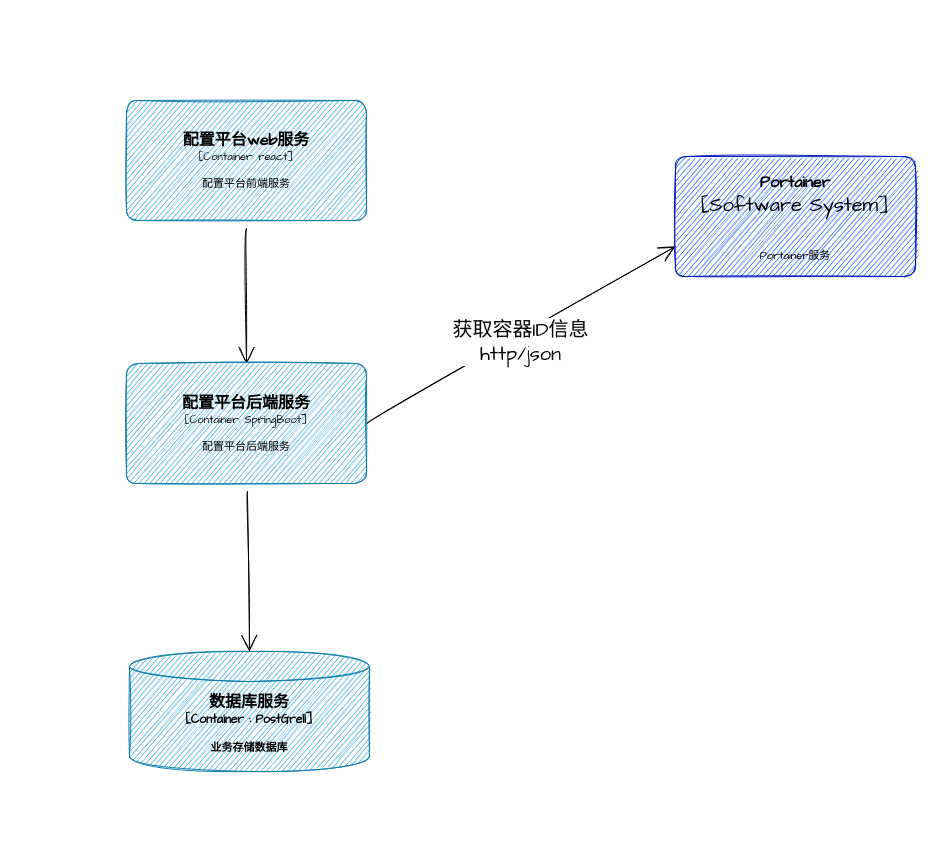
The draw.io diagram page "配置平台C4模型图" (3 of 4) of 配置平台-服务重启流程图.drawio in chensiyu123456/drawio-files, before the edit. Source tidied: cells renumbered, new cells numbered last; positions are measured from the earlier drawing's top-left corner, leaving out a move shared by most shapes. Both pictures are drawn from the tidied source at 100%, with x=0, y=0 at pixel (126, 100).
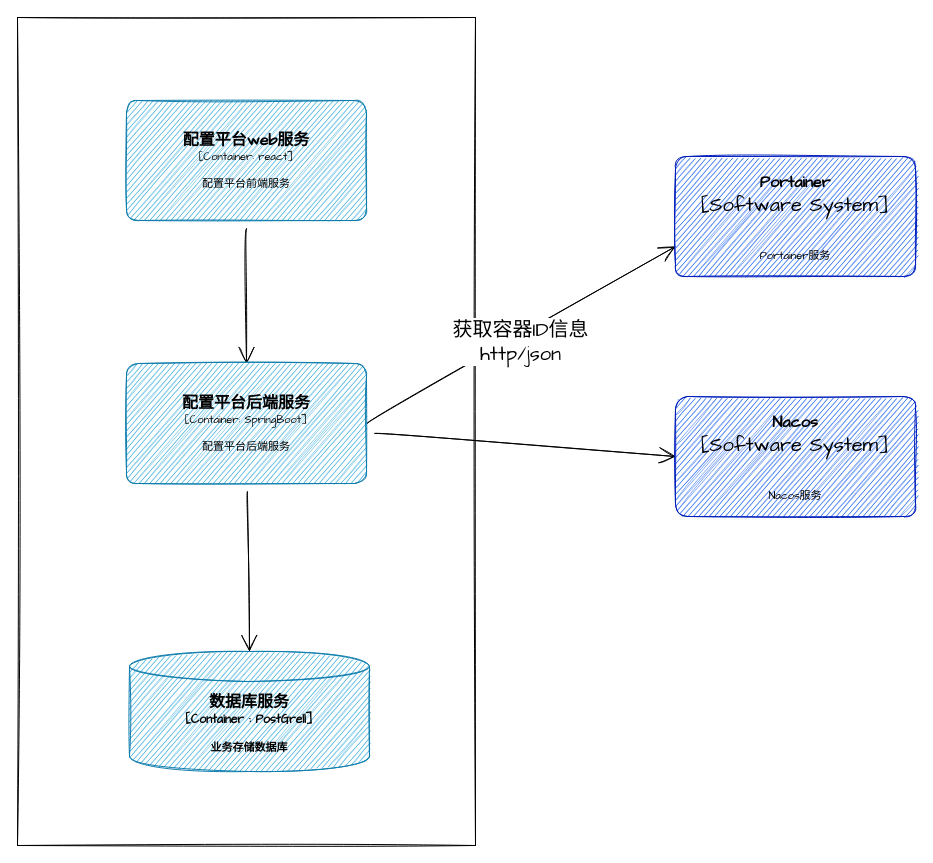
The same page after the edit.

Change to the diagram source:
```diff
@@
 <mxGraphModel>
   <root>
     <mxCell id="0" />
     <mxCell id="1" parent="0" />
+    <mxCell id="10" style="rounded=0;whiteSpace=wrap;html=1;sketch=1;hachureGap=4;fontFamily=Architects Daughter;fontSize=20;" parent="1" vertex="1">
+      <mxGeometry x="-109" y="-83" width="458" height="828" as="geometry" />
+    </mxCell>
     <mxCell id="2" style="edgeStyle=none;curved=1;rounded=1;sketch=1;hachureGap=4;jettySize=auto;html=1;entryX=0.5;entryY=0;entryDx=0;entryDy=0;entryPerimeter=0;fontFamily=Architects Daughter;fontSize=16;fontColor=#000000;endArrow=open;startSize=14;endSize=14;sourcePerimeterSpacing=8;targetPerimeterSpacing=8;" parent="1" edge="1" source="3" target="7">
       <mxGeometry relative="1" as="geometry" />
     </mxCell>
     <object id="3" label="&lt;font style=&quot;font-size: 16px&quot;&gt;&lt;b&gt;%c4Name%&lt;/b&gt;&lt;/font&gt;&lt;div&gt;[%c4Type%: %c4Technology%]&lt;/div&gt;&lt;br&gt;&lt;div&gt;&lt;font style=&quot;font-size: 11px&quot;&gt;&lt;font&gt;%c4Description%&lt;/font&gt;&lt;/font&gt;&lt;/div&gt;" c4Description="配置平台前端服务" c4Name="配置平台web服务" c4Technology="react" c4Type="Container" placeholders="1">
       <mxCell style="rounded=1;whiteSpace=wrap;html=1;fontSize=11;labelBackgroundColor=none;fillColor=#23A2D9;fontColor=#000000;align=center;arcSize=10;strokeColor=#0E7DAD;points=[[0.25,0,0],[0.5,0,0],[0.75,0,0],[1,0.25,0],[1,0.5,0],[1,0.75,0],[0.75,1,0],[0.5,1,0],[0.25,1,0],[0,0.75,0],[0,0.5,0],[0,0.25,0]];labelBorderColor=none;sketch=1;hachureGap=4;fontFamily=Architects Daughter;" parent="1" vertex="1">
         <mxGeometry width="240" height="120" as="geometry" />
       </mxCell>
     </object>
     <mxCell id="4" style="edgeStyle=none;curved=1;rounded=1;sketch=1;hachureGap=4;jettySize=auto;html=1;entryX=0.5;entryY=0;entryDx=0;entryDy=0;entryPerimeter=0;fontFamily=Architects Daughter;fontSize=16;fontColor=#000000;endArrow=open;startSize=14;endSize=14;sourcePerimeterSpacing=8;targetPerimeterSpacing=8;" parent="1" edge="1" source="7" target="8">
       <mxGeometry relative="1" as="geometry" />
     </mxCell>
     <mxCell id="5" style="edgeStyle=none;curved=1;rounded=1;sketch=1;hachureGap=4;jettySize=auto;html=1;entryX=0;entryY=0.75;entryDx=0;entryDy=0;entryPerimeter=0;fontFamily=Architects Daughter;fontSize=16;fontColor=#000000;endArrow=open;startSize=14;endSize=14;sourcePerimeterSpacing=8;targetPerimeterSpacing=8;exitX=1;exitY=0.5;exitDx=0;exitDy=0;exitPerimeter=0;" parent="1" edge="1" source="7" target="9">
       <mxGeometry relative="1" as="geometry" />
     </mxCell>
     <mxCell id="6" value="获取容器ID信息&lt;br&gt;http/json" style="edgeLabel;html=1;align=center;verticalAlign=middle;fontSize=20;fontFamily=Architects Daughter;fontColor=#000000;" parent="5" vertex="1">
       <mxGeometry x="-0.02" y="-6" relative="1" as="geometry">
         <mxPoint y="-1" as="offset" />
       </mxGeometry>
     </mxCell>
+    <mxCell id="11" style="edgeStyle=none;curved=1;rounded=0;sketch=1;hachureGap=4;jettySize=auto;html=1;entryX=0;entryY=0.5;entryDx=0;entryDy=0;entryPerimeter=0;fontFamily=Architects Daughter;fontSize=16;endArrow=open;startSize=14;endSize=14;sourcePerimeterSpacing=8;targetPerimeterSpacing=8;shadow=0;" parent="1" edge="1" source="7" target="12">
+      <mxGeometry relative="1" as="geometry" />
+    </mxCell>
     <object id="7" label="&lt;font style=&quot;font-size: 16px&quot;&gt;&lt;b&gt;%c4Name%&lt;/b&gt;&lt;/font&gt;&lt;div&gt;[%c4Type%: %c4Technology%]&lt;/div&gt;&lt;br&gt;&lt;div&gt;&lt;font style=&quot;font-size: 11px&quot;&gt;&lt;font&gt;%c4Description%&lt;/font&gt;&lt;/font&gt;&lt;/div&gt;" c4Description="配置平台后端服务" c4Name="配置平台后端服务" c4Technology="SpringBoot" c4Type="Container" placeholders="1">
       <mxCell style="rounded=1;whiteSpace=wrap;html=1;fontSize=11;labelBackgroundColor=none;fillColor=#23A2D9;fontColor=#000000;align=center;arcSize=10;strokeColor=#0E7DAD;points=[[0.25,0,0],[0.5,0,0],[0.75,0,0],[1,0.25,0],[1,0.5,0],[1,0.75,0],[0.75,1,0],[0.5,1,0],[0.25,1,0],[0,0.75,0],[0,0.5,0],[0,0.25,0]];labelBorderColor=none;sketch=1;hachureGap=4;fontFamily=Architects Daughter;" parent="1" vertex="1">
         <mxGeometry y="263" width="240" height="120" as="geometry" />
       </mxCell>
     </object>
     <object id="8" label="&lt;font style=&quot;font-size: 16px&quot;&gt;&lt;b&gt;%c4Type%&lt;/b&gt;&lt;/font&gt;&lt;div&gt;&lt;b&gt;[%c4Container%:&amp;nbsp;%c4Technology%]&lt;/b&gt;&lt;/div&gt;&lt;b&gt;&lt;br&gt;&lt;div&gt;&lt;font style=&quot;font-size: 11px&quot;&gt;&lt;font&gt;%c4Description%&lt;/font&gt;&lt;/font&gt;&lt;/div&gt;&lt;/b&gt;" c4Container="Container " c4Description="业务存储数据库" c4Technology="PostGrell" c4Type="数据库服务" placeholders="1">
       <mxCell style="shape=cylinder3;size=15;whiteSpace=wrap;html=1;boundedLbl=1;rounded=0;labelBackgroundColor=none;fillColor=#23A2D9;fontSize=12;fontColor=#000000;align=center;strokeColor=#0E7DAD;points=[[0.5,0,0],[1,0.25,0],[1,0.5,0],[1,0.75,0],[0.5,1,0],[0,0.75,0],[0,0.5,0],[0,0.25,0]];labelBorderColor=none;sketch=1;hachureGap=4;fontFamily=Architects Daughter;" parent="1" vertex="1">
         <mxGeometry x="3" y="551" width="240" height="120" as="geometry" />
       </mxCell>
     </object>
     <object id="9" label="&lt;font style=&quot;font-size: 16px&quot;&gt;&lt;b&gt;%c4Name%&lt;/b&gt;&lt;/font&gt;&lt;div&gt;[%c4Type%]&lt;/div&gt;&lt;br&gt;&lt;div&gt;&lt;font style=&quot;font-size: 11px&quot;&gt;&lt;font&gt;%c4Description%&lt;/font&gt;&lt;/font&gt;&lt;/div&gt;" c4Description="Portainer服务" c4Name="Portainer" c4Type="Software System" placeholders="1">
       <mxCell style="rounded=1;whiteSpace=wrap;html=1;labelBackgroundColor=none;fillColor=#0050ef;align=center;arcSize=10;strokeColor=#001DBC;points=[[0.25,0,0],[0.5,0,0],[0.75,0,0],[1,0.25,0],[1,0.5,0],[1,0.75,0],[0.75,1,0],[0.5,1,0],[0.25,1,0],[0,0.75,0],[0,0.5,0],[0,0.25,0]];labelBorderColor=none;sketch=1;hachureGap=4;fontFamily=Architects Daughter;fontSize=20;fontColor=#000000;" parent="1" vertex="1">
         <mxGeometry x="549" y="56" width="240" height="120" as="geometry" />
       </mxCell>
     </object>
+    <object id="12" label="&lt;font style=&quot;font-size: 16px&quot;&gt;&lt;b&gt;%c4Name%&lt;/b&gt;&lt;/font&gt;&lt;div&gt;[%c4Type%]&lt;/div&gt;&lt;br&gt;&lt;div&gt;&lt;font style=&quot;font-size: 11px&quot;&gt;&lt;font&gt;%c4Description%&lt;/font&gt;&lt;/font&gt;&lt;/div&gt;" c4Description="Nacos服务" c4Name="Nacos" c4Type="Software System" placeholders="1">
+      <mxCell style="rounded=1;whiteSpace=wrap;html=1;labelBackgroundColor=none;fillColor=#0050ef;align=center;arcSize=10;strokeColor=#001DBC;points=[[0.25,0,0],[0.5,0,0],[0.75,0,0],[1,0.25,0],[1,0.5,0],[1,0.75,0],[0.75,1,0],[0.5,1,0],[0.25,1,0],[0,0.75,0],[0,0.5,0],[0,0.25,0]];labelBorderColor=none;sketch=1;hachureGap=4;fontFamily=Architects Daughter;fontSize=20;fontColor=#000000;glass=0;shadow=0;" parent="1" vertex="1">
+        <mxGeometry x="549" y="296" width="240" height="120" as="geometry" />
+      </mxCell>
+    </object>
   </root>
 </mxGraphModel>
```
